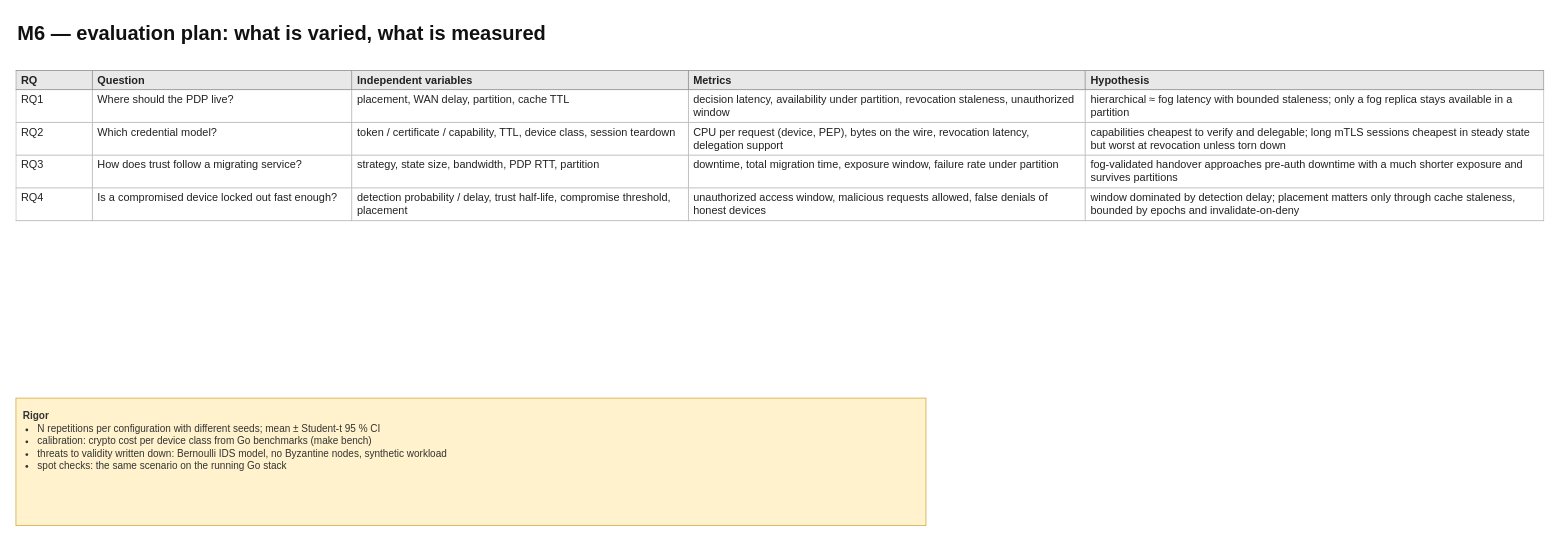
The draw.io diagram page "Evaluation matrix" (3 of 3) of Docs/diagrams/14-m6-simulation-evaluation.drawio in philipfleischer/zero-trust-continuum, before the edit. Source tidied: cells renumbered, new cells numbered last; positions are measured from the earlier drawing's top-left corner, leaving out a move shared by most shapes. Both pictures are drawn from the tidied source at 91%, with x=0, y=0 at pixel (15, 15).
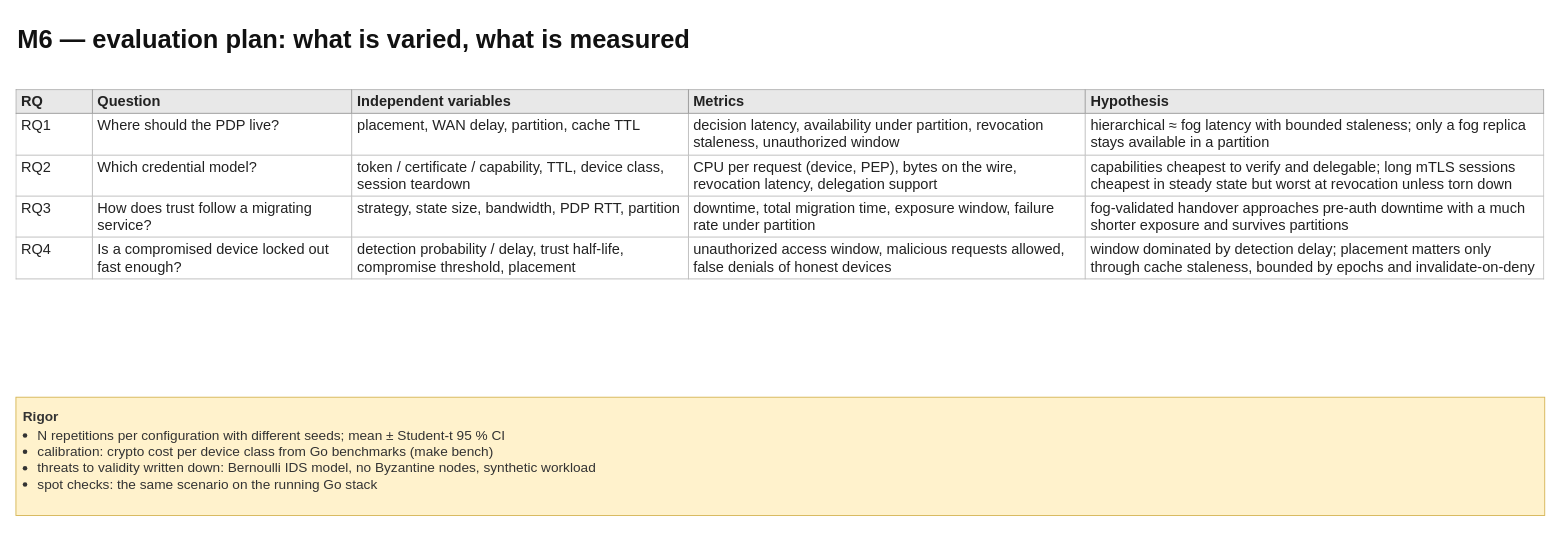
After the change.

The edit, as a diff of the source:
```diff
@@
 <mxGraphModel background="#FFFFFF">
   <root>
     <mxCell id="0" />
     <mxCell id="1" parent="0" />
-    <mxCell id="2" value="M6 — evaluation plan: what is varied, what is measured" style="whiteSpace=wrap;html=1;fontFamily=Helvetica;text;align=left;verticalAlign=top;fontSize=22;fontStyle=1;fontColor=#111111;" parent="1" vertex="1">
-      <mxGeometry width="1600" height="32" as="geometry" />
+    <mxCell id="2" value="M6 — evaluation plan: what is varied, what is measured" style="whiteSpace=wrap;html=1;fontFamily=Helvetica;text;align=left;verticalAlign=top;fontSize=28;fontStyle=1;fontColor=#111111;" parent="1" vertex="1">
+      <mxGeometry y="3" width="1600" height="41.6" as="geometry" />
     </mxCell>
-    <mxCell id="3" value="&lt;table style=&quot;border-collapse:collapse;width:100%;font-size:12px&quot;&gt;&lt;tr&gt;&lt;th style=&quot;border:1px solid #999;background:#e8e8e8;padding:3px 5px;text-align:left;width:5%;&quot;&gt;RQ&lt;/th&gt;&lt;th style=&quot;border:1px solid #999;background:#e8e8e8;padding:3px 5px;text-align:left;width:17%;&quot;&gt;Question&lt;/th&gt;&lt;th style=&quot;border:1px solid #999;background:#e8e8e8;padding:3px 5px;text-align:left;width:22%;&quot;&gt;Independent variables&lt;/th&gt;&lt;th style=&quot;border:1px solid #999;background:#e8e8e8;padding:3px 5px;text-align:left;width:26%;&quot;&gt;Metrics&lt;/th&gt;&lt;th style=&quot;border:1px solid #999;background:#e8e8e8;padding:3px 5px;text-align:left;width:30%;&quot;&gt;Hypothesis&lt;/th&gt;&lt;/tr&gt;&lt;tr&gt;&lt;td style=&quot;border:1px solid #bbb;padding:3px 5px;vertical-align:top;background:#ffffff;&quot;&gt;RQ1&lt;/td&gt;&lt;td style=&quot;border:1px solid #bbb;padding:3px 5px;vertical-align:top;background:#ffffff;&quot;&gt;Where should the PDP live?&lt;/td&gt;&lt;td style=&quot;border:1px solid #bbb;padding:3px 5px;vertical-align:top;background:#ffffff;&quot;&gt;placement, WAN delay, partition, cache TTL&lt;/td&gt;&lt;td style=&quot;border:1px solid #bbb;padding:3px 5px;vertical-align:top;background:#ffffff;&quot;&gt;decision latency, availability under partition, revocation staleness, unauthorized window&lt;/td&gt;&lt;td style=&quot;border:1px solid #bbb;padding:3px 5px;vertical-align:top;background:#ffffff;&quot;&gt;hierarchical ≈ fog latency with bounded staleness; only a fog replica stays available in a partition&lt;/td&gt;&lt;/tr&gt;&lt;tr&gt;&lt;td style=&quot;border:1px solid #bbb;padding:3px 5px;vertical-align:top;background:#ffffff;&quot;&gt;RQ2&lt;/td&gt;&lt;td style=&quot;border:1px solid #bbb;padding:3px 5px;vertical-align:top;background:#ffffff;&quot;&gt;Which credential model?&lt;/td&gt;&lt;td style=&quot;border:1px solid #bbb;padding:3px 5px;vertical-align:top;background:#ffffff;&quot;&gt;token / certificate / capability, TTL, device class, session teardown&lt;/td&gt;&lt;td style=&quot;border:1px solid #bbb;padding:3px 5px;vertical-align:top;background:#ffffff;&quot;&gt;CPU per request (device, PEP), bytes on the wire, revocation latency, delegation support&lt;/td&gt;&lt;td style=&quot;border:1px solid #bbb;padding:3px 5px;vertical-align:top;background:#ffffff;&quot;&gt;capabilities cheapest to verify and delegable; long mTLS sessions cheapest in steady state but worst at revocation unless torn down&lt;/td&gt;&lt;/tr&gt;&lt;tr&gt;&lt;td style=&quot;border:1px solid #bbb;padding:3px 5px;vertical-align:top;background:#ffffff;&quot;&gt;RQ3&lt;/td&gt;&lt;td style=&quot;border:1px solid #bbb;padding:3px 5px;vertical-align:top;background:#ffffff;&quot;&gt;How does trust follow a migrating service?&lt;/td&gt;&lt;td style=&quot;border:1px solid #bbb;padding:3px 5px;vertical-align:top;background:#ffffff;&quot;&gt;strategy, state size, bandwidth, PDP RTT, partition&lt;/td&gt;&lt;td style=&quot;border:1px solid #bbb;padding:3px 5px;vertical-align:top;background:#ffffff;&quot;&gt;downtime, total migration time, exposure window, failure rate under partition&lt;/td&gt;&lt;td style=&quot;border:1px solid #bbb;padding:3px 5px;vertical-align:top;background:#ffffff;&quot;&gt;fog-validated handover approaches pre-auth downtime with a much shorter exposure and survives partitions&lt;/td&gt;&lt;/tr&gt;&lt;tr&gt;&lt;td style=&quot;border:1px solid #bbb;padding:3px 5px;vertical-align:top;background:#ffffff;&quot;&gt;RQ4&lt;/td&gt;&lt;td style=&quot;border:1px solid #bbb;padding:3px 5px;vertical-align:top;background:#ffffff;&quot;&gt;Is a compromised device locked out fast enough?&lt;/td&gt;&lt;td style=&quot;border:1px solid #bbb;padding:3px 5px;vertical-align:top;background:#ffffff;&quot;&gt;detection probability / delay, trust half-life, compromise threshold, placement&lt;/td&gt;&lt;td style=&quot;border:1px solid #bbb;padding:3px 5px;vertical-align:top;background:#ffffff;&quot;&gt;unauthorized access window, malicious requests allowed, false denials of honest devices&lt;/td&gt;&lt;td style=&quot;border:1px solid #bbb;padding:3px 5px;vertical-align:top;background:#ffffff;&quot;&gt;window dominated by detection delay; placement matters only through cache staleness, bounded by epochs and invalidate-on-deny&lt;/td&gt;&lt;/tr&gt;&lt;/table&gt;" style="whiteSpace=wrap;html=1;fontFamily=Helvetica;text;align=left;verticalAlign=top;fontSize=11;overflow=fill;fontColor=#222222;" parent="1" vertex="1">
-      <mxGeometry y="60" width="1680" height="330" as="geometry" />
+    <mxCell id="3" value="&lt;table style=&quot;border-collapse:collapse;width:100%;font-size:16px&quot;&gt;&lt;tr&gt;&lt;th style=&quot;border:1px solid #999;background:#e8e8e8;padding:3px 5px;text-align:left;width:5%;&quot;&gt;RQ&lt;/th&gt;&lt;th style=&quot;border:1px solid #999;background:#e8e8e8;padding:3px 5px;text-align:left;width:17%;&quot;&gt;Question&lt;/th&gt;&lt;th style=&quot;border:1px solid #999;background:#e8e8e8;padding:3px 5px;text-align:left;width:22%;&quot;&gt;Independent variables&lt;/th&gt;&lt;th style=&quot;border:1px solid #999;background:#e8e8e8;padding:3px 5px;text-align:left;width:26%;&quot;&gt;Metrics&lt;/th&gt;&lt;th style=&quot;border:1px solid #999;background:#e8e8e8;padding:3px 5px;text-align:left;width:30%;&quot;&gt;Hypothesis&lt;/th&gt;&lt;/tr&gt;&lt;tr&gt;&lt;td style=&quot;border:1px solid #bbb;padding:3px 5px;vertical-align:top;background:#ffffff;&quot;&gt;RQ1&lt;/td&gt;&lt;td style=&quot;border:1px solid #bbb;padding:3px 5px;vertical-align:top;background:#ffffff;&quot;&gt;Where should the PDP live?&lt;/td&gt;&lt;td style=&quot;border:1px solid #bbb;padding:3px 5px;vertical-align:top;background:#ffffff;&quot;&gt;placement, WAN delay, partition, cache TTL&lt;/td&gt;&lt;td style=&quot;border:1px solid #bbb;padding:3px 5px;vertical-align:top;background:#ffffff;&quot;&gt;decision latency, availability under partition, revocation staleness, unauthorized window&lt;/td&gt;&lt;td style=&quot;border:1px solid #bbb;padding:3px 5px;vertical-align:top;background:#ffffff;&quot;&gt;hierarchical ≈ fog latency with bounded staleness; only a fog replica stays available in a partition&lt;/td&gt;&lt;/tr&gt;&lt;tr&gt;&lt;td style=&quot;border:1px solid #bbb;padding:3px 5px;vertical-align:top;background:#ffffff;&quot;&gt;RQ2&lt;/td&gt;&lt;td style=&quot;border:1px solid #bbb;padding:3px 5px;vertical-align:top;background:#ffffff;&quot;&gt;Which credential model?&lt;/td&gt;&lt;td style=&quot;border:1px solid #bbb;padding:3px 5px;vertical-align:top;background:#ffffff;&quot;&gt;token / certificate / capability, TTL, device class, session teardown&lt;/td&gt;&lt;td style=&quot;border:1px solid #bbb;padding:3px 5px;vertical-align:top;background:#ffffff;&quot;&gt;CPU per request (device, PEP), bytes on the wire, revocation latency, delegation support&lt;/td&gt;&lt;td style=&quot;border:1px solid #bbb;padding:3px 5px;vertical-align:top;background:#ffffff;&quot;&gt;capabilities cheapest to verify and delegable; long mTLS sessions cheapest in steady state but worst at revocation unless torn down&lt;/td&gt;&lt;/tr&gt;&lt;tr&gt;&lt;td style=&quot;border:1px solid #bbb;padding:3px 5px;vertical-align:top;background:#ffffff;&quot;&gt;RQ3&lt;/td&gt;&lt;td style=&quot;border:1px solid #bbb;padding:3px 5px;vertical-align:top;background:#ffffff;&quot;&gt;How does trust follow a migrating service?&lt;/td&gt;&lt;td style=&quot;border:1px solid #bbb;padding:3px 5px;vertical-align:top;background:#ffffff;&quot;&gt;strategy, state size, bandwidth, PDP RTT, partition&lt;/td&gt;&lt;td style=&quot;border:1px solid #bbb;padding:3px 5px;vertical-align:top;background:#ffffff;&quot;&gt;downtime, total migration time, exposure window, failure rate under partition&lt;/td&gt;&lt;td style=&quot;border:1px solid #bbb;padding:3px 5px;vertical-align:top;background:#ffffff;&quot;&gt;fog-validated handover approaches pre-auth downtime with a much shorter exposure and survives partitions&lt;/td&gt;&lt;/tr&gt;&lt;tr&gt;&lt;td style=&quot;border:1px solid #bbb;padding:3px 5px;vertical-align:top;background:#ffffff;&quot;&gt;RQ4&lt;/td&gt;&lt;td style=&quot;border:1px solid #bbb;padding:3px 5px;vertical-align:top;background:#ffffff;&quot;&gt;Is a compromised device locked out fast enough?&lt;/td&gt;&lt;td style=&quot;border:1px solid #bbb;padding:3px 5px;vertical-align:top;background:#ffffff;&quot;&gt;detection probability / delay, trust half-life, compromise threshold, placement&lt;/td&gt;&lt;td style=&quot;border:1px solid #bbb;padding:3px 5px;vertical-align:top;background:#ffffff;&quot;&gt;unauthorized access window, malicious requests allowed, false denials of honest devices&lt;/td&gt;&lt;td style=&quot;border:1px solid #bbb;padding:3px 5px;vertical-align:top;background:#ffffff;&quot;&gt;window dominated by detection delay; placement matters only through cache staleness, bounded by epochs and invalidate-on-deny&lt;/td&gt;&lt;/tr&gt;&lt;/table&gt;" style="whiteSpace=wrap;html=1;fontFamily=Helvetica;text;align=left;verticalAlign=top;fontSize=15;overflow=fill;fontColor=#222222;" parent="1" vertex="1">
+      <mxGeometry y="81" width="1680" height="312" as="geometry" />
     </mxCell>
-    <mxCell id="4" value="&lt;b&gt;Rigor&lt;/b&gt;&lt;ul style=&quot;margin:2px 0 0 0;padding-left:16px;font-size:11px&quot;&gt;&lt;li&gt;N repetitions per configuration with different seeds; mean ± Student-t 95 % CI&lt;/li&gt;&lt;li&gt;calibration: crypto cost per device class from Go benchmarks (make bench)&lt;/li&gt;&lt;li&gt;threats to validity written down: Bernoulli IDS model, no Byzantine nodes, synthetic workload&lt;/li&gt;&lt;li&gt;spot checks: the same scenario on the running Go stack&lt;/li&gt;&lt;/ul&gt;" style="whiteSpace=wrap;html=1;fontFamily=Helvetica;rounded=0;fillColor=#fff2cc;strokeColor=#d6b656;align=left;verticalAlign=top;spacing=8;fontSize=11;fontColor=#333333;" parent="1" vertex="1">
-      <mxGeometry y="420" width="1000" height="140" as="geometry" />
+    <mxCell id="4" value="&lt;b&gt;Rigor&lt;/b&gt;&lt;ul style=&quot;margin:2px 0 0 0;padding-left:16px;font-size:15px&quot;&gt;&lt;li&gt;N repetitions per configuration with different seeds; mean ± Student-t 95 % CI&lt;/li&gt;&lt;li&gt;calibration: crypto cost per device class from Go benchmarks (make bench)&lt;/li&gt;&lt;li&gt;threats to validity written down: Bernoulli IDS model, no Byzantine nodes, synthetic workload&lt;/li&gt;&lt;li&gt;spot checks: the same scenario on the running Go stack&lt;/li&gt;&lt;/ul&gt;" style="whiteSpace=wrap;html=1;fontFamily=Helvetica;rounded=0;fillColor=#fff2cc;strokeColor=#d6b656;align=left;verticalAlign=top;spacing=8;fontSize=15;fontColor=#333333;" parent="1" vertex="1">
+      <mxGeometry y="419" width="1680" height="130" as="geometry" />
     </mxCell>
   </root>
 </mxGraphModel>
```
